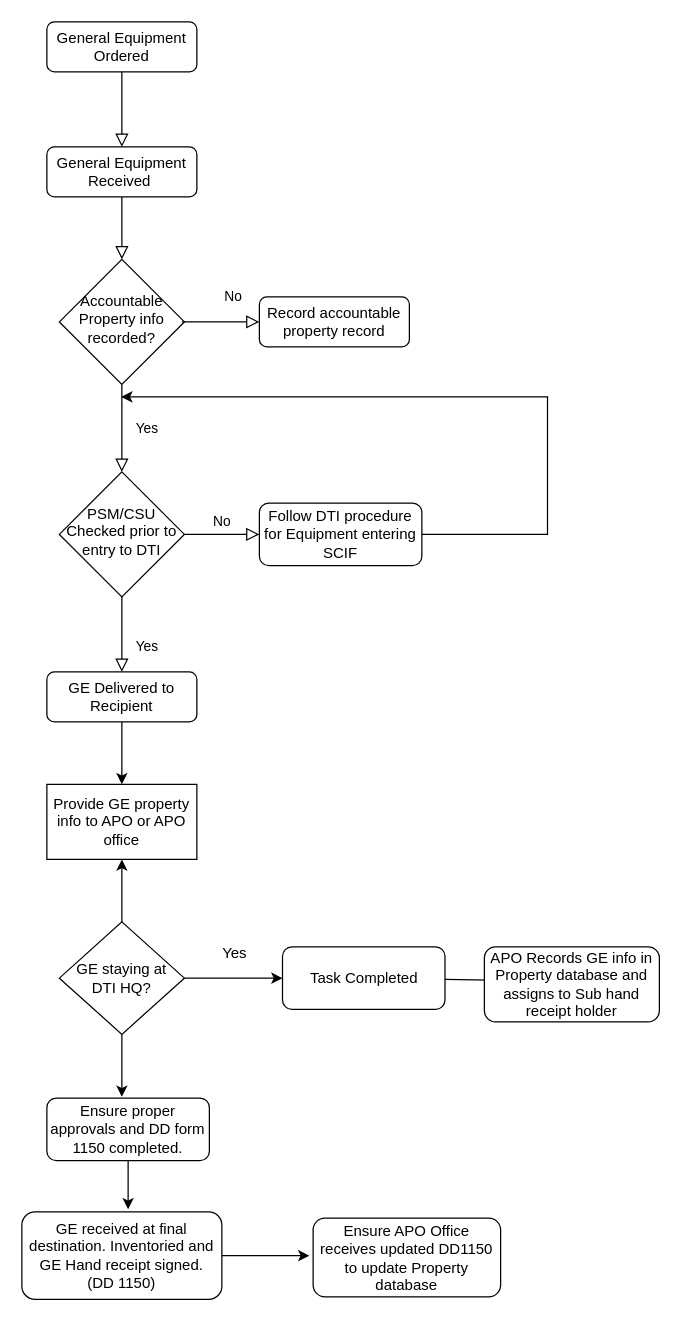
Earlier version of the draw.io diagram Property Flow.drawio (moondog69/drawings). Source tidied: cells renumbered, new cells numbered last; positions are measured from the earlier drawing's top-left corner, leaving out a move shared by most shapes. Both pictures are drawn from the tidied source at 125%, with x=0, y=0 at pixel (21, 21).
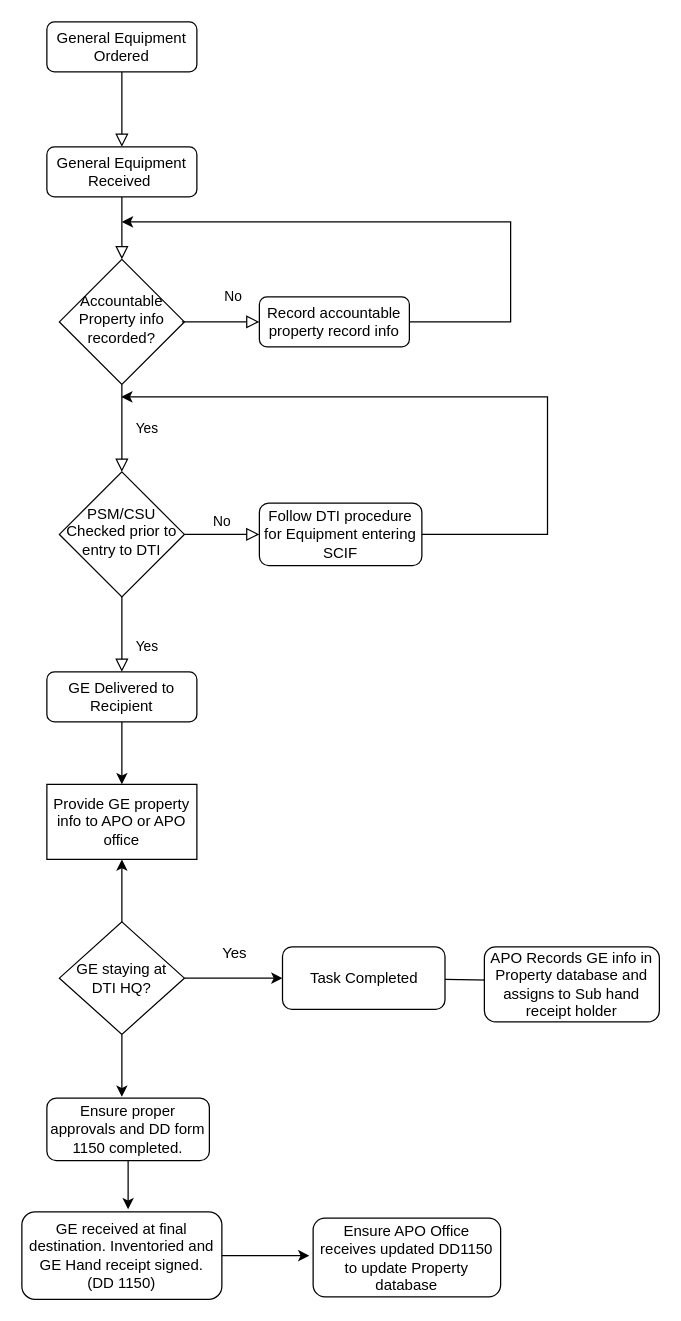
The same page after the edit.

What changed in the source:
```diff
@@
+    <mxCell id="31" style="edgeStyle=orthogonalEdgeStyle;rounded=0;jettySize=auto;html=1;" parent="1" edge="1" source="6">
+      <mxGeometry relative="1" as="geometry">
+        <mxPoint x="80" y="160" as="targetPoint" />
+        <Array as="points">
+          <mxPoint x="391" y="240" />
+        </Array>
+      </mxGeometry>
+    </mxCell>
-    <mxCell id="6" value="Record accountable property record" style="rounded=1;whiteSpace=wrap;html=1;fontSize=12;glass=0;strokeWidth=1;shadow=0;" parent="1" vertex="1">
+    <mxCell id="6" value="Record accountable property record info" style="rounded=1;whiteSpace=wrap;html=1;fontSize=12;glass=0;strokeWidth=1;shadow=0;" parent="1" vertex="1">
       <mxGeometry x="190" y="220" width="120" height="40" as="geometry" />
     </mxCell>
```
